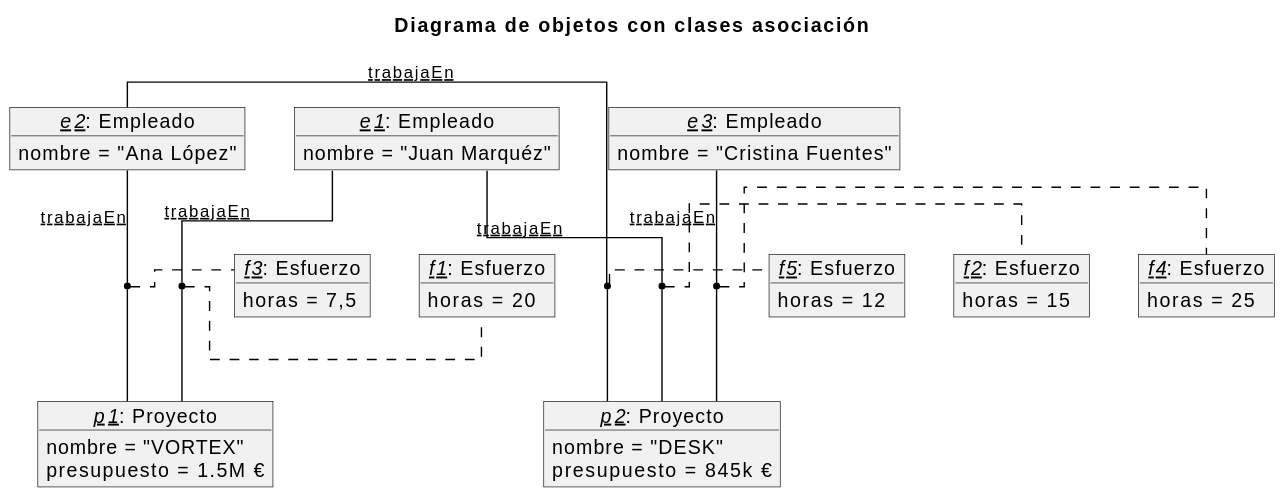
This is assets/slides/iissi1/t6-introduccion-al-modelado-conceptual/puml/do-ejemplo-asociacion.svg from IISSI-US/web, a PlantUML export, as it was before one commit.
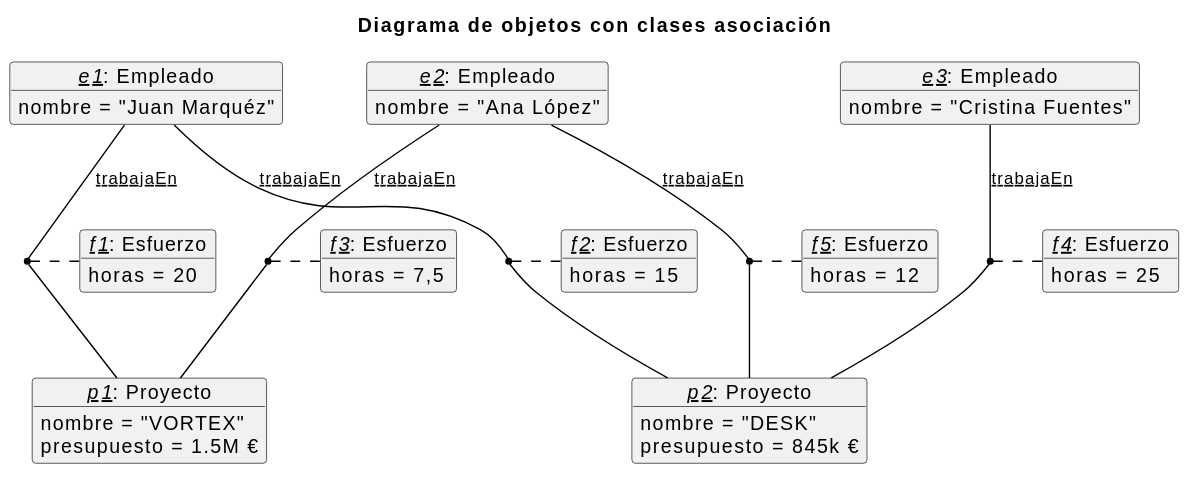
After the change.

Diff of the diagram source:
```diff
@@ -1,9 +1,47 @@
 @startuml
 title Diagrama de objetos con clases asociación
 !include ../../puml/final.iuml
-!include Empleados.iuml
-!include Proyectos.iuml
-!include Esfuerzos.iuml
+object "<u><i>e1: Empleado" as juan{
+nombre = "Juan Marquéz"
+}
+
+object "<u><i>e2: Empleado" as ana{
+nombre = "Ana López"
+}
+
+object "<u><i>e3: Empleado" as cristina{
+nombre = "Cristina Fuentes"
+}
+
+object "<u><i>p1: Proyecto" as p1{
+nombre = "VORTEX"
+presupuesto = 1.5M €
+}
+
+object "<u><i>p2: Proyecto" as p2{
+nombre = "DESK"
+presupuesto = 845k €
+}
+
+object "<u><i>f1: Esfuerzo" as f1 {
+horas = 20
+}
+
+object "<u><i>f2: Esfuerzo" as f2 {
+horas = 15
+}
+
+object "<u><i>f3: Esfuerzo" as f3 {
+horas = 7,5
+}
+
+object "<u><i>f4: Esfuerzo" as f4 {
+horas = 25
+}
+
+object "<u><i>f5: Esfuerzo" as f5 {
+horas = 12
+}
 
 juan -- p1: <u>trabajaEn</u>
 juan -- p2: <u>trabajaEn</u>
```
